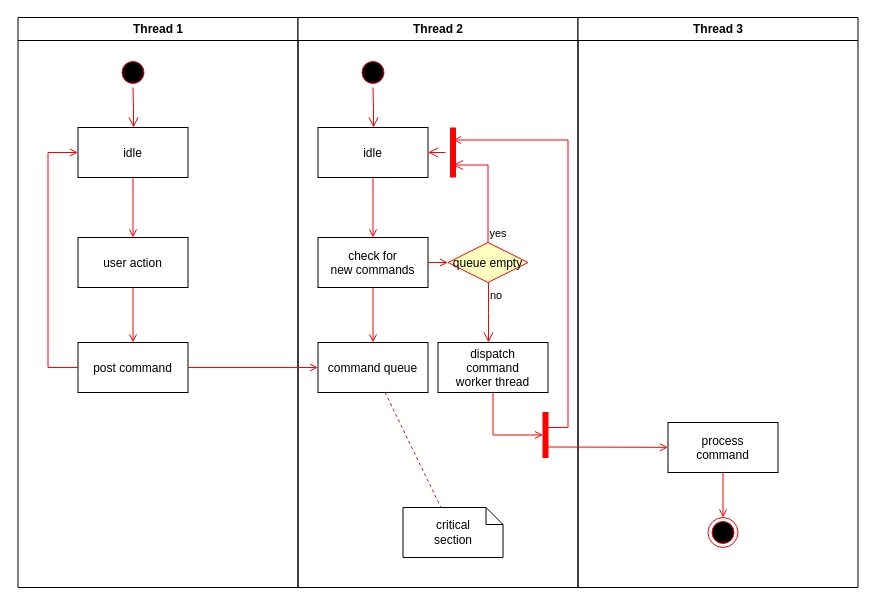
The draw.io diagram uml_for_git.drawio in tolaysha/documentation, before the edit. Source tidied: cells renumbered, new cells numbered last; positions are measured from the earlier drawing's top-left corner, leaving out a move shared by most shapes. Both pictures are drawn from the tidied source at 100%, with x=0, y=0 at pixel (17, 17).
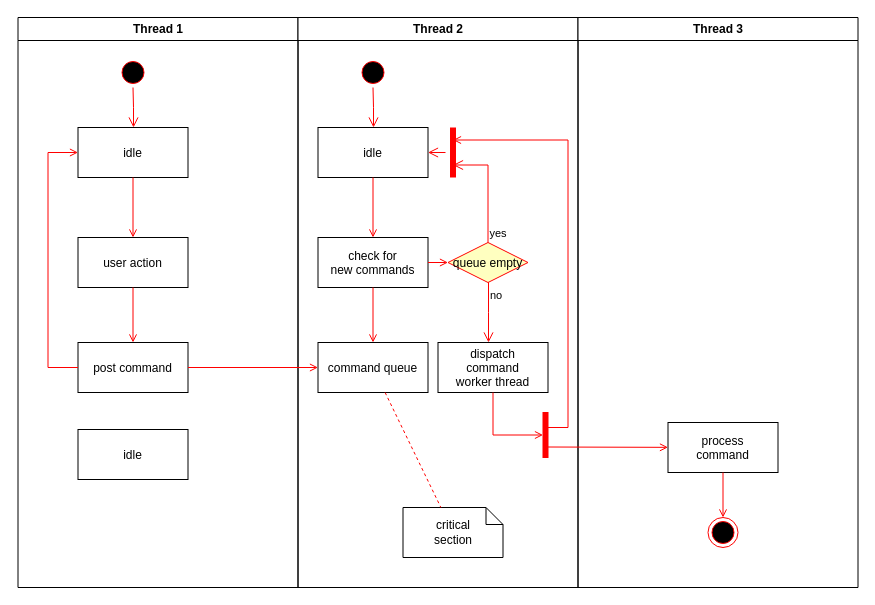
The same page after the edit.

Commit message:
change uml & test action

The change refers to these unchanged cells:
```xml
<mxCell id="2" value="Thread 1" style="swimlane;whiteSpace=wrap;" parent="1" vertex="1">
  <mxGeometry x="0.5" width="280" height="570" as="geometry" />
</mxCell>
```

The edit, as a diff of the source:
```diff
@@
+    <mxCell id="37" value="idle" parent="2" vertex="1">
+      <mxGeometry x="60" y="412" width="110" height="50" as="geometry" />
+    </mxCell>
```
